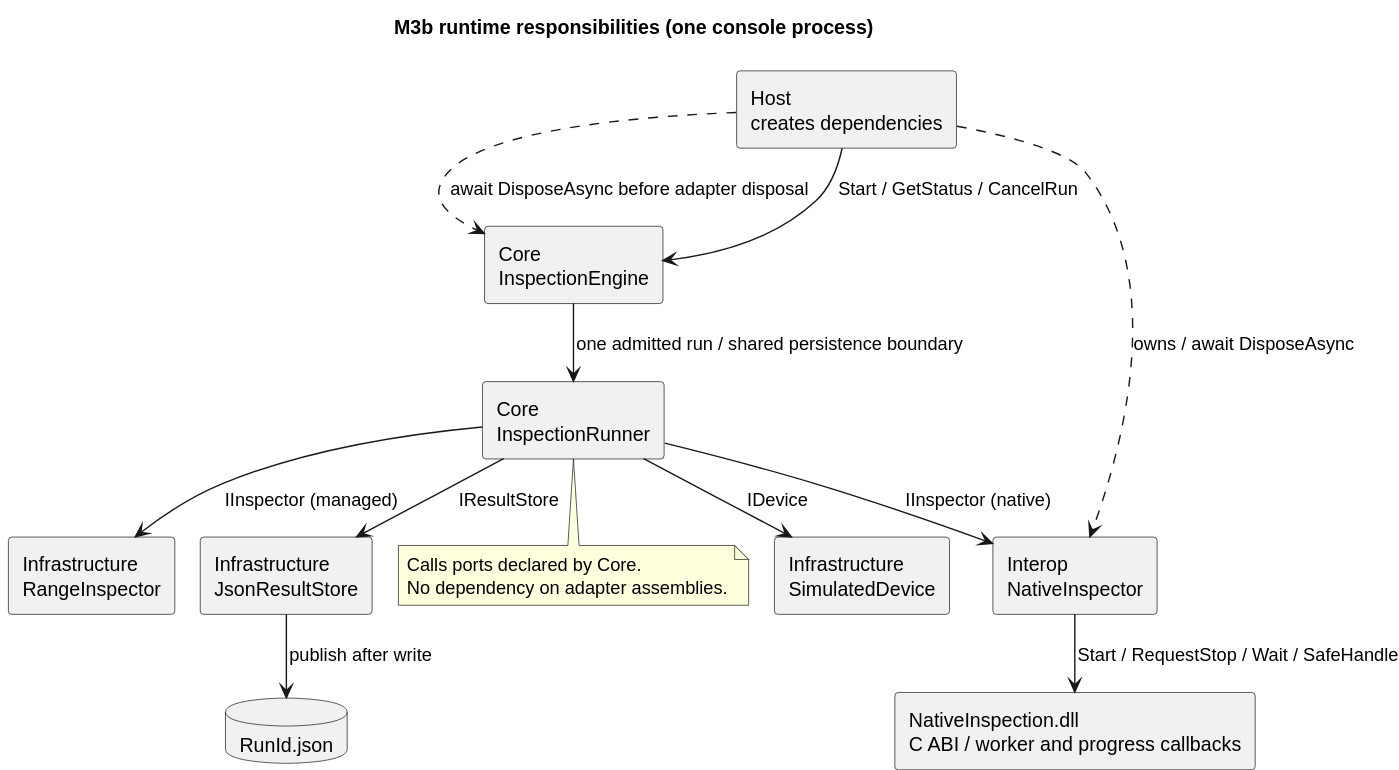
Above: docs/diagrams/generated/architecture.svg in Myoungmin/CSharp-InspectionCore-Lab (PlantUML), before the change. Its source is kept beside it as docs/diagrams/architecture.puml.
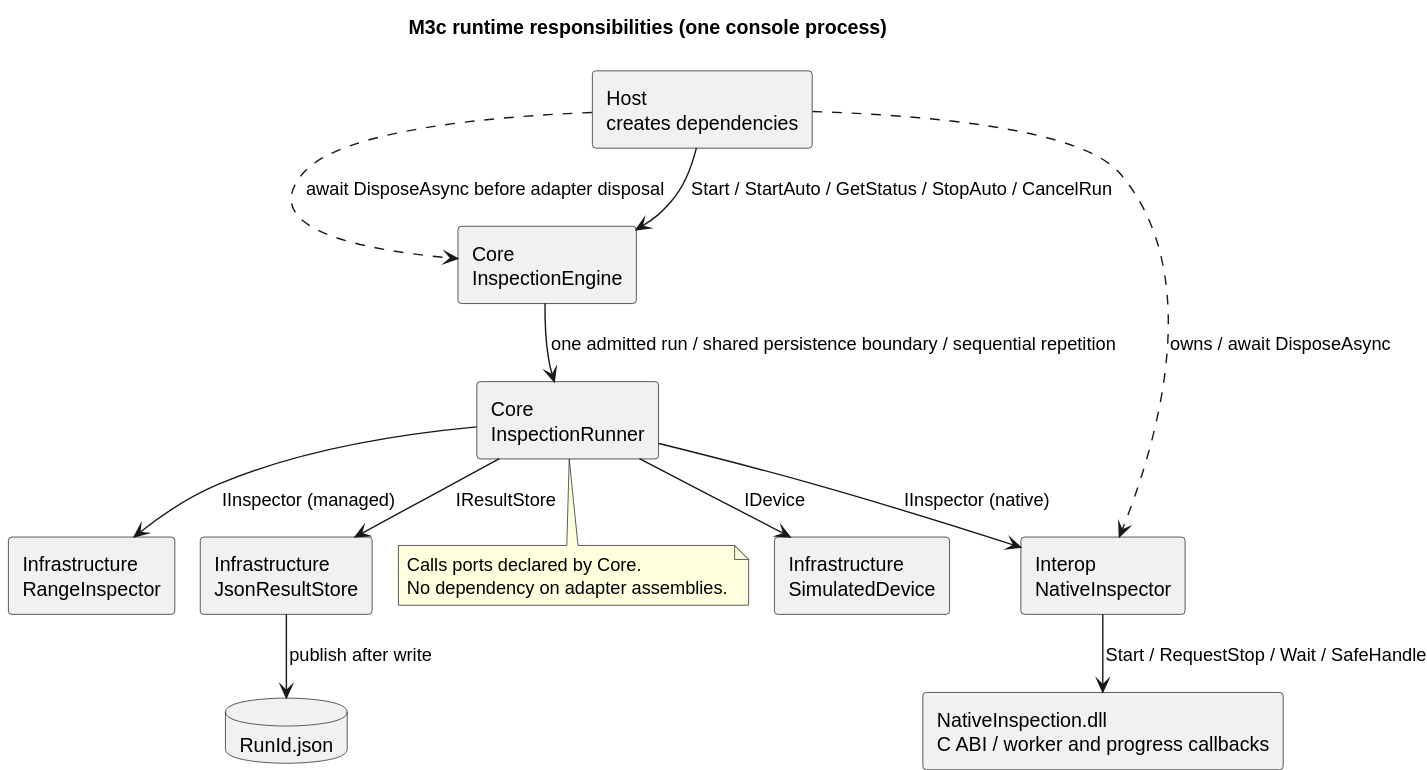
The same file after the commit.

Change to the diagram source:
```diff
@@ -1,6 +1,6 @@
 @startuml architecture
 !pragma layout smetana
-title M3b runtime responsibilities (one console process)
+title M3c runtime responsibilities (one console process)
 skinparam componentStyle rectangle
 component "Host\ncreates dependencies" as Host
 component "Core\nInspectionEngine" as Engine
@@ -11,8 +11,8 @@
 component "NativeInspection.dll\nC ABI / worker and progress callbacks" as DLL
 component "Infrastructure\nJsonResultStore" as Store
 database "RunId.json" as Result
-Host --> Engine : Start / GetStatus / CancelRun
-Engine --> Core : one admitted run / shared persistence boundary
+Host --> Engine : Start / StartAuto / GetStatus / StopAuto / CancelRun
+Engine --> Core : one admitted run / shared persistence boundary / sequential repetition
 Host ..> Engine : await DisposeAsync before adapter disposal
 Core --> Device : IDevice
 Core --> Inspector : IInspector (managed)
```
